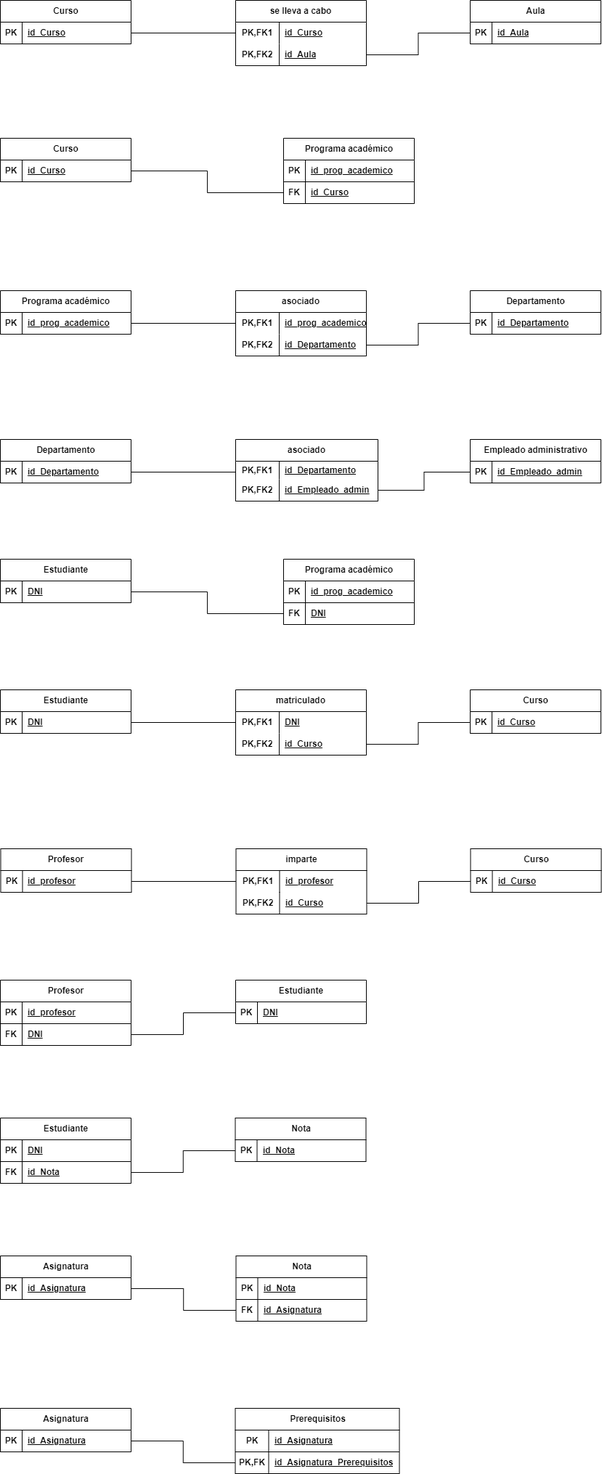
The draw.io diagram modelo-relacional/modelo-relacional.drawio.png in RafaelMayor/proyectoBBDD, before a commit. Source tidied: cells renumbered, new cells last; positions are measured from the earlier drawing's top-left corner, leaving out a move shared by most shapes.
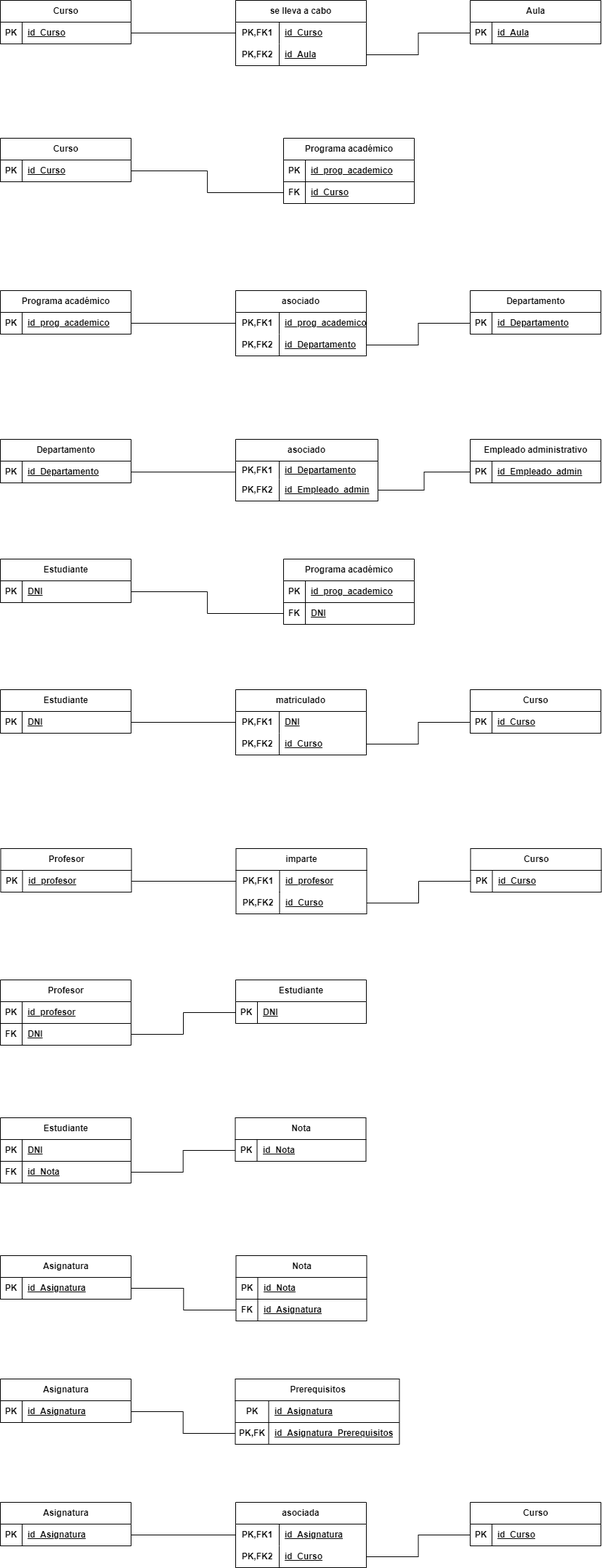
After the change.

The edit, as a diff of the source:
```diff
@@ -442,7 +442,7 @@
       <mxGeometry relative="1" as="geometry" />
     </mxCell>
     <mxCell id="147" value="Asignatura" style="shape=table;startSize=30;rowLines=0;fontStyle=1;align=center;html=1;" parent="1" vertex="1">
-      <mxGeometry y="1940" width="180" height="60" as="geometry" />
+      <mxGeometry y="1900" width="180" height="60" as="geometry" />
     </mxCell>
     <mxCell id="148" style="shape=tableRow;horizontal=0;startSize=0;swimlaneHead=0;swimlaneBody=0;fillColor=none;points=[[0,0.5],[1,0.5]];portConstraint=eastwest;top=0;left=0;right=0;bottom=1;" parent="147" vertex="1">
       <mxGeometry y="30" width="180" height="30" as="geometry" />
@@ -454,7 +454,7 @@
       <mxGeometry x="30" width="150" height="30" as="geometry" />
     </mxCell>
     <mxCell id="151" value="Prerequisitos" style="shape=table;startSize=30;rowLines=0;fontStyle=1;align=center;html=1;" parent="1" vertex="1">
-      <mxGeometry x="323.5" y="1940" width="226" height="90" as="geometry" />
+      <mxGeometry x="323.5" y="1900" width="226" height="90" as="geometry" />
     </mxCell>
     <mxCell id="152" style="shape=tableRow;horizontal=0;startSize=0;swimlaneHead=0;swimlaneBody=0;fillColor=none;top=0;left=0;right=0;bottom=1;" parent="151" vertex="1">
       <mxGeometry y="30" width="226" height="30" as="geometry" />
@@ -477,5 +477,56 @@
     <mxCell id="158" style="edgeStyle=orthogonalEdgeStyle;rounded=0;jettySize=auto;html=1;entryX=1;entryY=0.5;entryDx=0;entryDy=0;endArrow=none;endFill=0;" parent="1" edge="1" source="155" target="148">
       <mxGeometry relative="1" as="geometry" />
     </mxCell>
+    <mxCell id="159" value="asociada" style="shape=table;startSize=30;rowLines=0;fontStyle=1;align=center;html=1;whiteSpace=wrap;" parent="1" vertex="1">
+      <mxGeometry x="324" y="2070" width="180" height="90" as="geometry" />
+    </mxCell>
+    <mxCell id="160" style="shape=tableRow;horizontal=0;startSize=0;swimlaneHead=0;swimlaneBody=0;fillColor=none;points=[[0,0.5],[1,0.5]];portConstraint=eastwest;top=0;left=0;right=0;bottom=0;html=1;" parent="159" vertex="1">
+      <mxGeometry y="30" width="180" height="30" as="geometry" />
+    </mxCell>
+    <mxCell id="161" value="PK,FK1" style="shape=partialRectangle;fillColor=none;top=0;left=0;bottom=0;right=0;fontStyle=1;overflow=hidden;html=1;whiteSpace=wrap;" parent="160" vertex="1">
+      <mxGeometry width="60" height="30" as="geometry" />
+    </mxCell>
+    <mxCell id="162" value="id_Asignatura" style="shape=partialRectangle;fillColor=none;top=0;left=0;bottom=0;right=0;align=left;spacingLeft=6;fontStyle=5;overflow=hidden;html=1;whiteSpace=wrap;" parent="160" vertex="1">
+      <mxGeometry x="60" width="120" height="30" as="geometry" />
+    </mxCell>
+    <mxCell id="163" style="shape=tableRow;horizontal=0;startSize=0;swimlaneHead=0;swimlaneBody=0;fillColor=none;points=[[0,0.5],[1,0.5]];portConstraint=eastwest;top=0;left=0;right=0;bottom=1;html=1;" parent="159" vertex="1">
+      <mxGeometry y="60" width="180" height="30" as="geometry" />
+    </mxCell>
+    <mxCell id="164" value="PK,FK2" style="shape=partialRectangle;fillColor=none;top=0;left=0;bottom=0;right=0;fontStyle=1;overflow=hidden;html=1;whiteSpace=wrap;" parent="163" vertex="1">
+      <mxGeometry width="60" height="30" as="geometry" />
+    </mxCell>
+    <mxCell id="165" value="id_Curso" style="shape=partialRectangle;fillColor=none;top=0;left=0;bottom=0;right=0;align=left;spacingLeft=6;fontStyle=5;overflow=hidden;html=1;whiteSpace=wrap;" parent="163" vertex="1">
+      <mxGeometry x="60" width="120" height="30" as="geometry" />
+    </mxCell>
+    <mxCell id="166" value="Curso" style="shape=table;startSize=30;rowLines=0;fontStyle=1;align=center;html=1;" parent="1" vertex="1">
+      <mxGeometry x="647" y="2070" width="180" height="60" as="geometry" />
+    </mxCell>
+    <mxCell id="167" style="shape=tableRow;horizontal=0;startSize=0;swimlaneHead=0;swimlaneBody=0;fillColor=none;points=[[0,0.5],[1,0.5]];portConstraint=eastwest;top=0;left=0;right=0;bottom=1;" parent="166" vertex="1">
+      <mxGeometry y="30" width="180" height="30" as="geometry" />
+    </mxCell>
+    <mxCell id="168" value="PK" style="shape=partialRectangle;fillColor=none;top=0;left=0;bottom=0;right=0;fontStyle=1;overflow=hidden;whiteSpace=wrap;html=1;" parent="167" vertex="1">
+      <mxGeometry width="30" height="30" as="geometry" />
+    </mxCell>
+    <mxCell id="169" value="id_Curso" style="shape=partialRectangle;fillColor=none;top=0;left=0;bottom=0;right=0;align=left;spacingLeft=6;fontStyle=5;overflow=hidden;whiteSpace=wrap;html=1;" parent="167" vertex="1">
+      <mxGeometry x="30" width="150" height="30" as="geometry" />
+    </mxCell>
+    <mxCell id="170" value="Asignatura" style="shape=table;startSize=30;rowLines=0;fontStyle=1;align=center;html=1;" parent="1" vertex="1">
+      <mxGeometry y="2070" width="180" height="60" as="geometry" />
+    </mxCell>
+    <mxCell id="171" style="shape=tableRow;horizontal=0;startSize=0;swimlaneHead=0;swimlaneBody=0;fillColor=none;points=[[0,0.5],[1,0.5]];portConstraint=eastwest;top=0;left=0;right=0;bottom=1;" parent="170" vertex="1">
+      <mxGeometry y="30" width="180" height="30" as="geometry" />
+    </mxCell>
+    <mxCell id="172" value="PK" style="shape=partialRectangle;fillColor=none;top=0;left=0;bottom=0;right=0;fontStyle=1;overflow=hidden;whiteSpace=wrap;html=1;" parent="171" vertex="1">
+      <mxGeometry width="30" height="30" as="geometry" />
+    </mxCell>
+    <mxCell id="173" value="id_Asignatura" style="shape=partialRectangle;fillColor=none;top=0;left=0;bottom=0;right=0;align=left;spacingLeft=6;fontStyle=5;overflow=hidden;whiteSpace=wrap;html=1;" parent="171" vertex="1">
+      <mxGeometry x="30" width="150" height="30" as="geometry" />
+    </mxCell>
+    <mxCell id="174" style="edgeStyle=orthogonalEdgeStyle;rounded=0;jettySize=auto;html=1;entryX=0;entryY=0.5;entryDx=0;entryDy=0;endArrow=none;endFill=0;" parent="1" edge="1" source="171" target="160">
+      <mxGeometry relative="1" as="geometry" />
+    </mxCell>
+    <mxCell id="175" style="edgeStyle=orthogonalEdgeStyle;rounded=0;jettySize=auto;html=1;entryX=0;entryY=0.5;entryDx=0;entryDy=0;endArrow=none;endFill=0;" parent="1" edge="1" source="163" target="167">
+      <mxGeometry relative="1" as="geometry" />
+    </mxCell>
   </root>
 </mxGraphModel>
```
